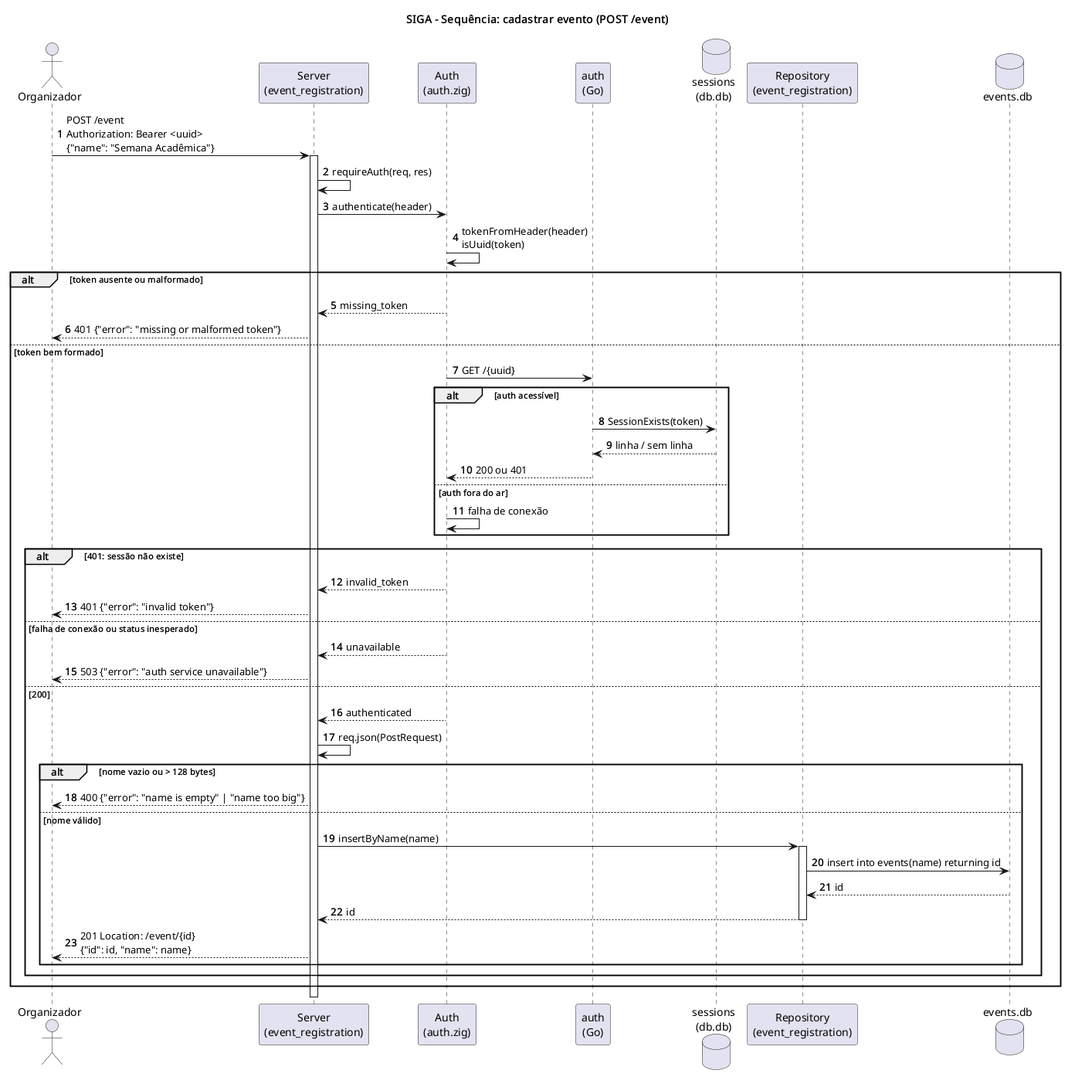
This is docs/diagramas/sequencia.png from gboncoffee/siga, a PlantUML export, as it was before one commit. Its diagram source:
```plantuml
@startuml sequencia
title SIGA - Sequência: cadastrar evento (POST /event)

autonumber
actor Organizador as Org
participant "Server\n(event_registration)" as Server
participant "Auth\n(auth.zig)" as Gw
participant "auth\n(Go)" as AuthSvc
database "sessions\n(db.db)" as SessDb
participant "Repository\n(event_registration)" as Repo
database "events.db" as EvDb

Org -> Server : POST /event\nAuthorization: Bearer <uuid>\n{"name": "Semana Acadêmica"}
activate Server
Server -> Server : requireAuth(req, res)
Server -> Gw : authenticate(header)
Gw -> Gw : tokenFromHeader(header)\nisUuid(token)

alt token ausente ou malformado
  Gw --> Server : missing_token
  Server --> Org : 401 {"error": "missing or malformed token"}
else token bem formado
  Gw -> AuthSvc : GET /{uuid}
  alt auth acessível
    AuthSvc -> SessDb : SessionExists(token)
    SessDb --> AuthSvc : linha / sem linha
    AuthSvc --> Gw : 200 ou 401
  else auth fora do ar
    Gw -> Gw : falha de conexão
  end

  alt 401: sessão não existe
    Gw --> Server : invalid_token
    Server --> Org : 401 {"error": "invalid token"}
  else falha de conexão ou status inesperado
    Gw --> Server : unavailable
    Server --> Org : 503 {"error": "auth service unavailable"}
  else 200
    Gw --> Server : authenticated
    Server -> Server : req.json(PostRequest)
    alt nome vazio ou > 128 bytes
      Server --> Org : 400 {"error": "name is empty" | "name too big"}
    else nome válido
      Server -> Repo : insertByName(name)
      activate Repo
      Repo -> EvDb : insert into events(name) returning id
      EvDb --> Repo : id
      Repo --> Server : id
      deactivate Repo
      Server --> Org : 201 Location: /event/{id}\n{"id": id, "name": name}
    end
  end
end
deactivate Server

@enduml
```
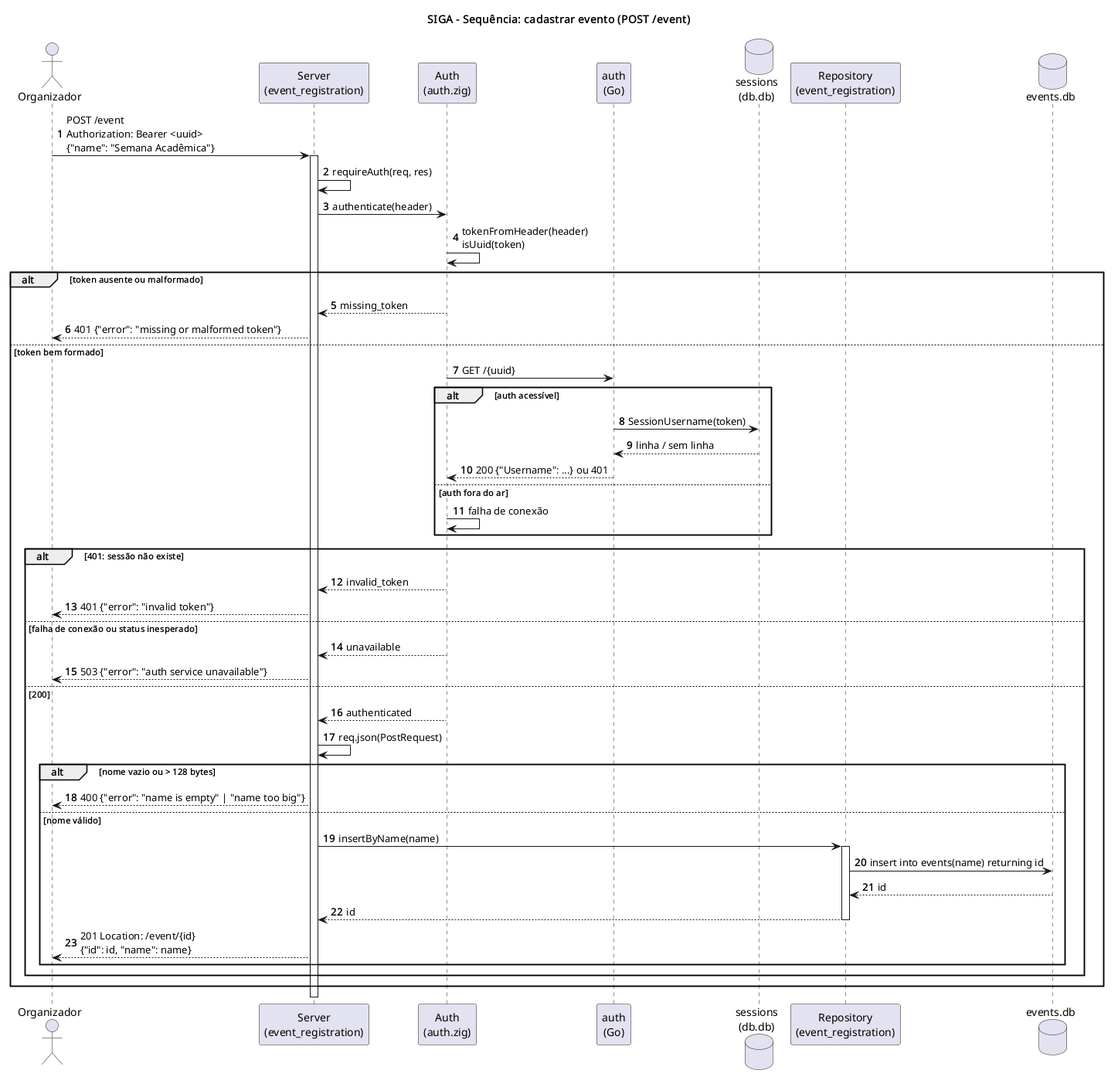
Above is the later version.

What changed in the source:
```diff
@@ -22,9 +22,9 @@
 else token bem formado
   Gw -> AuthSvc : GET /{uuid}
   alt auth acessível
-    AuthSvc -> SessDb : SessionExists(token)
+    AuthSvc -> SessDb : SessionUsername(token)
     SessDb --> AuthSvc : linha / sem linha
-    AuthSvc --> Gw : 200 ou 401
+    AuthSvc --> Gw : 200 {"Username": ...} ou 401
   else auth fora do ar
     Gw -> Gw : falha de conexão
   end
```
